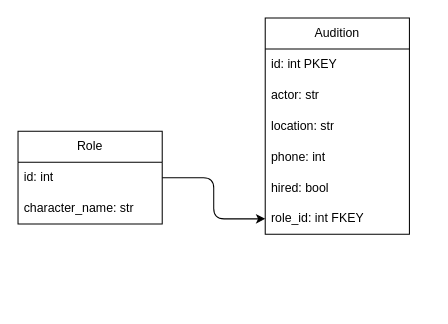
Above: 19-rev-theater-work/auditions_erd.drawio in learn-co-curriculum/west-se-121222-class-sessions (draw.io), before the change. Source tidied: cells renumbered, new cells numbered last; positions are measured from the earlier drawing's top-left corner, leaving out a move shared by most shapes. Both pictures are drawn from the tidied source at 103%, with x=0, y=0 at pixel (18, 18).
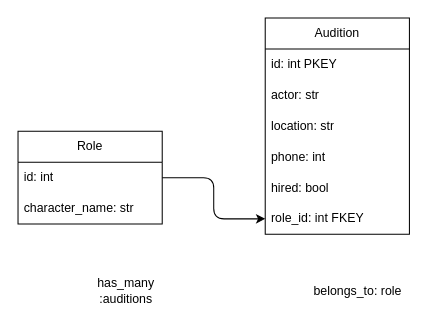
The same diagram, later.

What changed in the source:
```diff
@@
 <mxGraphModel>
   <root>
     <mxCell id="0" />
     <mxCell id="1" parent="0" />
     <mxCell id="2" value="Role" style="swimlane;fontStyle=0;horizontal=1;startSize=30;whiteSpace=wrap;html=1;" parent="1" vertex="1">
       <mxGeometry y="110" width="140" height="90" as="geometry" />
     </mxCell>
     <mxCell id="3" value="id: int" style="text;strokeColor=none;fillColor=none;align=left;verticalAlign=middle;spacingLeft=4;spacingRight=4;overflow=hidden;points=[[0,0.5],[1,0.5]];portConstraint=eastwest;whiteSpace=wrap;html=1;" parent="2" vertex="1">
       <mxGeometry y="30" width="140" height="30" as="geometry" />
     </mxCell>
     <mxCell id="4" value="character_name: str" style="text;strokeColor=none;fillColor=none;align=left;verticalAlign=middle;spacingLeft=4;spacingRight=4;overflow=hidden;whiteSpace=wrap;html=1;" parent="2" vertex="1">
       <mxGeometry y="60" width="140" height="30" as="geometry" />
     </mxCell>
     <mxCell id="5" value="Audition" style="swimlane;fontStyle=0;horizontal=1;startSize=30;whiteSpace=wrap;html=1;" parent="1" vertex="1">
       <mxGeometry x="240" width="140" height="210" as="geometry" />
     </mxCell>
     <mxCell id="6" value="id: int PKEY" style="text;strokeColor=none;fillColor=none;align=left;verticalAlign=middle;spacingLeft=4;spacingRight=4;overflow=hidden;whiteSpace=wrap;html=1;" parent="5" vertex="1">
       <mxGeometry y="30" width="140" height="30" as="geometry" />
     </mxCell>
     <mxCell id="7" value="actor: str" style="text;strokeColor=none;fillColor=none;align=left;verticalAlign=middle;spacingLeft=4;spacingRight=4;overflow=hidden;whiteSpace=wrap;html=1;" parent="5" vertex="1">
       <mxGeometry y="60" width="140" height="30" as="geometry" />
     </mxCell>
     <mxCell id="8" value="location: str" style="text;strokeColor=none;fillColor=none;align=left;verticalAlign=middle;spacingLeft=4;spacingRight=4;overflow=hidden;whiteSpace=wrap;html=1;" parent="5" vertex="1">
       <mxGeometry y="90" width="140" height="30" as="geometry" />
     </mxCell>
     <mxCell id="9" value="phone: int" style="text;strokeColor=none;fillColor=none;align=left;verticalAlign=middle;spacingLeft=4;spacingRight=4;overflow=hidden;whiteSpace=wrap;html=1;" parent="5" vertex="1">
       <mxGeometry y="120" width="140" height="30" as="geometry" />
     </mxCell>
     <mxCell id="10" value="hired: bool" style="text;strokeColor=none;fillColor=none;align=left;verticalAlign=middle;spacingLeft=4;spacingRight=4;overflow=hidden;whiteSpace=wrap;html=1;" parent="5" vertex="1">
       <mxGeometry y="150" width="140" height="30" as="geometry" />
     </mxCell>
     <mxCell id="11" value="role_id: int FKEY" style="text;strokeColor=none;fillColor=none;align=left;verticalAlign=middle;spacingLeft=4;spacingRight=4;overflow=hidden;points=[[0,0.5],[1,0.5]];portConstraint=eastwest;whiteSpace=wrap;html=1;" parent="5" vertex="1">
       <mxGeometry y="180" width="140" height="30" as="geometry" />
     </mxCell>
     <mxCell id="12" style="edgeStyle=orthogonalEdgeStyle;html=1;exitX=1;exitY=0.5;exitDx=0;exitDy=0;entryX=0;entryY=0.5;entryDx=0;entryDy=0;" parent="1" edge="1" source="3" target="11">
       <mxGeometry relative="1" as="geometry" />
     </mxCell>
+    <mxCell id="13" value="has_many :auditions" style="text;html=1;strokeColor=none;fillColor=none;align=center;verticalAlign=middle;whiteSpace=wrap;rounded=0;" parent="1" vertex="1">
+      <mxGeometry x="50" y="250" width="110" height="30" as="geometry" />
+    </mxCell>
+    <mxCell id="14" value="belongs_to: role" style="text;html=1;strokeColor=none;fillColor=none;align=center;verticalAlign=middle;whiteSpace=wrap;rounded=0;" parent="1" vertex="1">
+      <mxGeometry x="260" y="250" width="140" height="30" as="geometry" />
+    </mxCell>
   </root>
 </mxGraphModel>
```
